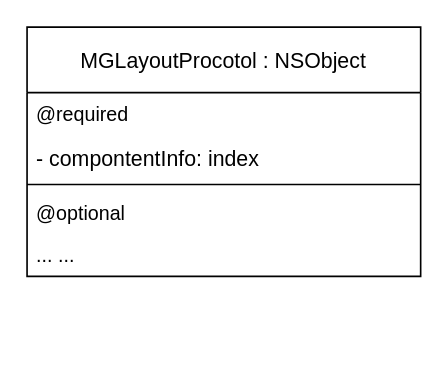
Above: layout.drawio in yuanmeibin/draw (draw.io), before the change. Source tidied: cells renumbered, new cells numbered last; positions are measured from the earlier drawing's top-left corner, leaving out a move shared by most shapes. Both pictures are drawn from the tidied source at 164%, with x=0, y=0 at pixel (26, 26).
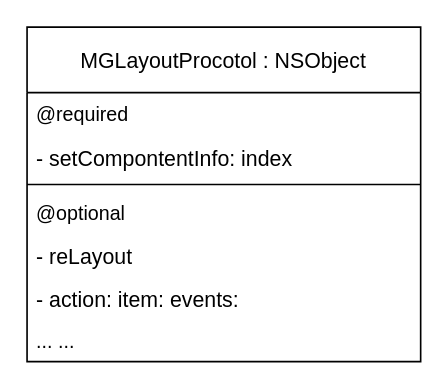
Above is the later version.

The edit, as a diff of the source:
```diff
@@
 <mxGraphModel background="#ffffff">
   <root>
     <mxCell id="0" />
     <mxCell id="1" parent="0" />
     <mxCell id="2" value="MGLayoutProcotol : NSObject" style="swimlane;fontStyle=0;horizontal=1;startSize=40;fillColor=none;fontSize=13;" parent="1" vertex="1">
-      <mxGeometry width="240" height="152" as="geometry" />
+      <mxGeometry width="240" height="204" as="geometry" />
     </mxCell>
     <mxCell id="3" value="@required" style="text;strokeColor=none;fillColor=none;align=left;verticalAlign=top;spacingLeft=4;spacingRight=4;overflow=hidden;" parent="2" vertex="1">
       <mxGeometry y="40" width="240" height="26" as="geometry" />
     </mxCell>
-    <mxCell id="4" value="- compontentInfo: index" style="text;strokeColor=none;fillColor=none;align=left;verticalAlign=top;spacingLeft=4;spacingRight=4;overflow=hidden;fontSize=13;" parent="2" vertex="1">
+    <mxCell id="4" value="- setCompontentInfo: index" style="text;strokeColor=none;fillColor=none;align=left;verticalAlign=top;spacingLeft=4;spacingRight=4;overflow=hidden;fontSize=13;" parent="2" vertex="1">
       <mxGeometry y="66" width="240" height="26" as="geometry" />
     </mxCell>
     <mxCell id="5" style="line;strokeWidth=1;fillColor=none;align=left;verticalAlign=middle;spacingTop=-1;spacingLeft=3;spacingRight=3;labelPosition=right;fontSize=13;" parent="2" vertex="1">
       <mxGeometry y="92" width="240" height="8" as="geometry" />
     </mxCell>
     <mxCell id="6" value="@optional" style="text;strokeColor=none;fillColor=none;align=left;verticalAlign=top;spacingLeft=4;spacingRight=4;overflow=hidden;" parent="2" vertex="1">
       <mxGeometry y="100" width="240" height="26" as="geometry" />
     </mxCell>
+    <mxCell id="8" value="- reLayout" style="text;strokeColor=none;fillColor=none;align=left;verticalAlign=top;spacingLeft=4;spacingRight=4;overflow=hidden;fontSize=13;" parent="2" vertex="1">
+      <mxGeometry y="126" width="240" height="26" as="geometry" />
+    </mxCell>
+    <mxCell id="9" value="- action: item: events:" style="text;strokeColor=none;fillColor=none;align=left;verticalAlign=top;spacingLeft=4;spacingRight=4;overflow=hidden;fontSize=13;" parent="2" vertex="1">
+      <mxGeometry y="152" width="240" height="26" as="geometry" />
+    </mxCell>
     <mxCell id="7" value="... ..." style="text;strokeColor=none;fillColor=none;align=left;verticalAlign=top;spacingLeft=4;spacingRight=4;overflow=hidden;" parent="2" vertex="1">
-      <mxGeometry y="126" width="240" height="26" as="geometry" />
+      <mxGeometry y="178" width="240" height="26" as="geometry" />
     </mxCell>
   </root>
 </mxGraphModel>
```
